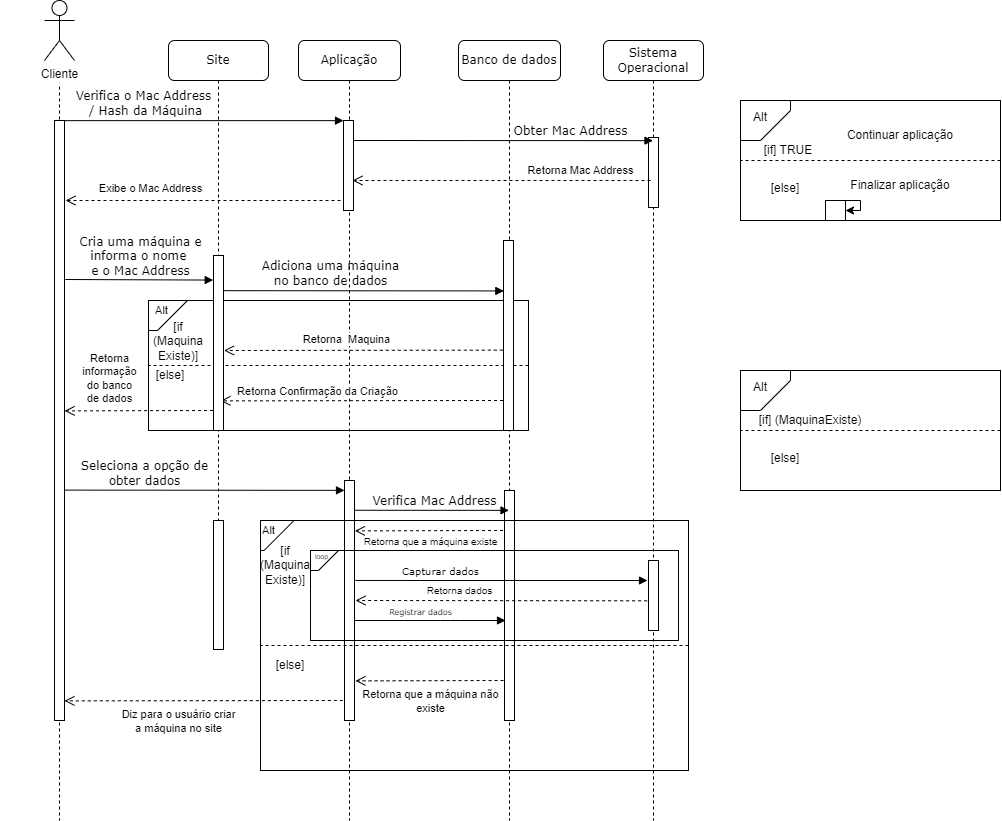
Before: arquivos/diagramaSprintG6.drawio.png, a diagram exported from draw.io (project-pardalis/project-pardalis). Source tidied: cells renumbered, new cells last; positions are measured from the earlier drawing's top-left corner, leaving out a move shared by most shapes.
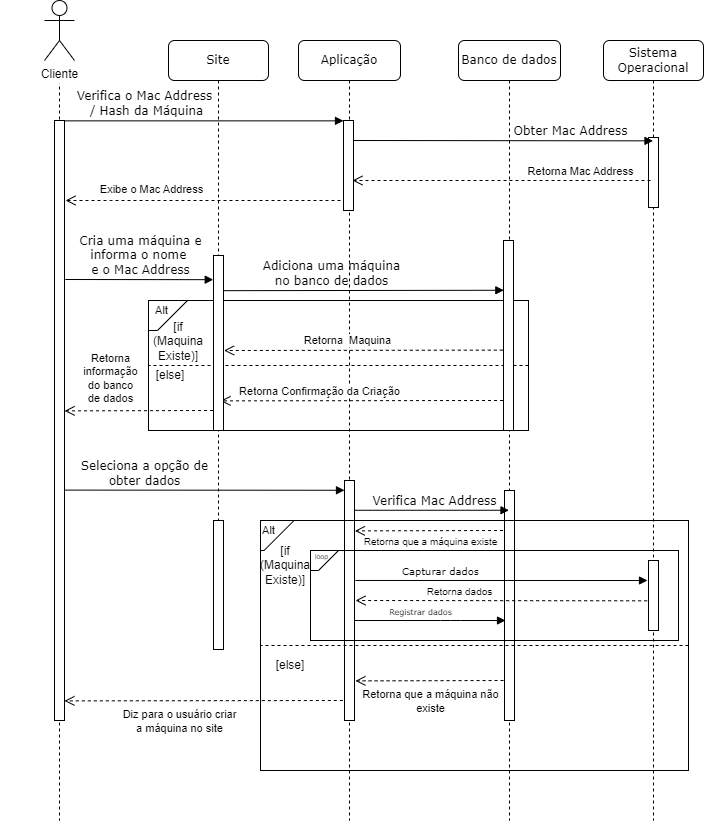
The same file after the commit.

Commit message:
Diagrama de sequencia finalizado

What changed in the source:
```diff
@@ -165,41 +165,6 @@
         <mxPoint x="28" y="-9" as="offset" />
       </mxGeometry>
     </mxCell>
-    <mxCell id="38" style="rounded=0;whiteSpace=wrap;html=1;fillColor=none;" parent="1" vertex="1">
-      <mxGeometry x="749" y="100" width="260" height="120" as="geometry" />
-    </mxCell>
-    <mxCell id="39" style="shape=card;whiteSpace=wrap;html=1;fillColor=none;direction=north;flipH=1;" parent="1" vertex="1">
-      <mxGeometry x="749" y="100" width="50" height="40" as="geometry" />
-    </mxCell>
-    <mxCell id="40" value="Alt" style="text;html=1;strokeColor=none;fillColor=none;align=center;verticalAlign=middle;whiteSpace=wrap;rounded=0;" parent="1" vertex="1">
-      <mxGeometry x="739" y="107" width="60" height="19" as="geometry" />
-    </mxCell>
-    <mxCell id="41" value="[if] TRUE" style="text;html=1;strokeColor=none;fillColor=none;align=center;verticalAlign=middle;whiteSpace=wrap;rounded=0;" parent="1" vertex="1">
-      <mxGeometry x="767" y="135" width="60" height="30" as="geometry" />
-    </mxCell>
-    <mxCell id="42" value="[else]" style="text;html=1;strokeColor=none;fillColor=none;align=center;verticalAlign=middle;whiteSpace=wrap;rounded=0;" parent="1" vertex="1">
-      <mxGeometry x="764" y="173" width="60" height="30" as="geometry" />
-    </mxCell>
-    <mxCell id="43" style="endArrow=none;html=1;rounded=0;dashed=1;entryX=0;entryY=0.5;entryDx=0;entryDy=0;exitX=1;exitY=0.5;exitDx=0;exitDy=0;" parent="1" edge="1" source="38" target="38">
-      <mxGeometry relative="1" as="geometry" />
-    </mxCell>
-    <mxCell id="44" value="Continuar aplicação" style="text;html=1;strokeColor=none;fillColor=none;align=center;verticalAlign=middle;whiteSpace=wrap;rounded=0;" parent="1" vertex="1">
-      <mxGeometry x="849" y="120" width="120" height="30" as="geometry" />
-    </mxCell>
-    <mxCell id="45" value="Finalizar aplicação" style="text;html=1;strokeColor=none;fillColor=none;align=center;verticalAlign=middle;whiteSpace=wrap;rounded=0;" parent="1" vertex="1">
-      <mxGeometry x="849" y="170" width="120" height="30" as="geometry" />
-    </mxCell>
-    <mxCell id="46" style="whiteSpace=wrap;html=1;fillColor=none;" parent="1" vertex="1">
-      <mxGeometry x="834" y="200" width="20" height="20" as="geometry" />
-    </mxCell>
-    <mxCell id="47" style="endArrow=classic;html=1;rounded=0;exitX=0;exitY=0;exitDx=0;exitDy=0;entryX=1;entryY=0.5;entryDx=0;entryDy=0;" parent="1" edge="1" source="46" target="46">
-      <mxGeometry relative="1" as="geometry">
-        <Array as="points">
-          <mxPoint x="869" y="200" />
-          <mxPoint x="869" y="210" />
-        </Array>
-      </mxGeometry>
-    </mxCell>
     <mxCell id="48" value="Site" style="shape=umlLifeline;perimeter=lifelinePerimeter;whiteSpace=wrap;html=1;rounded=1;shadow=0;comic=0;labelBackgroundColor=none;strokeWidth=1;fontFamily=Verdana;fontSize=12;align=center;" parent="1" vertex="1">
       <mxGeometry x="177" y="40" width="100" height="580" as="geometry" />
     </mxCell>
@@ -209,24 +174,6 @@
     <mxCell id="50" style="html=1;perimeter=orthogonalPerimeter;rounded=0;shadow=0;comic=0;labelBackgroundColor=none;strokeWidth=1;fontFamily=Verdana;fontSize=12;align=center;" parent="48" vertex="1">
       <mxGeometry x="45" y="480" width="10" height="129" as="geometry" />
     </mxCell>
-    <mxCell id="51" style="rounded=0;whiteSpace=wrap;html=1;fillColor=none;" parent="1" vertex="1">
-      <mxGeometry x="749" y="370" width="260" height="120" as="geometry" />
-    </mxCell>
-    <mxCell id="52" style="shape=card;whiteSpace=wrap;html=1;fillColor=none;direction=north;flipH=1;" parent="1" vertex="1">
-      <mxGeometry x="749" y="370" width="50" height="40" as="geometry" />
-    </mxCell>
-    <mxCell id="53" value="Alt" style="text;html=1;strokeColor=none;fillColor=none;align=center;verticalAlign=middle;whiteSpace=wrap;rounded=0;" parent="1" vertex="1">
-      <mxGeometry x="739" y="377" width="60" height="19" as="geometry" />
-    </mxCell>
-    <mxCell id="54" value="[if] (MaquinaExiste)" style="text;html=1;strokeColor=none;fillColor=none;align=center;verticalAlign=middle;whiteSpace=wrap;rounded=0;" parent="1" vertex="1">
-      <mxGeometry x="764" y="405" width="110" height="30" as="geometry" />
-    </mxCell>
-    <mxCell id="55" value="[else]" style="text;html=1;strokeColor=none;fillColor=none;align=center;verticalAlign=middle;whiteSpace=wrap;rounded=0;" parent="1" vertex="1">
-      <mxGeometry x="764" y="443" width="60" height="30" as="geometry" />
-    </mxCell>
-    <mxCell id="56" style="endArrow=none;html=1;rounded=0;dashed=1;entryX=0;entryY=0.5;entryDx=0;entryDy=0;exitX=1;exitY=0.5;exitDx=0;exitDy=0;" parent="1" edge="1" source="51" target="51">
-      <mxGeometry relative="1" as="geometry" />
-    </mxCell>
     <mxCell id="57" style="html=1;verticalAlign=bottom;endArrow=open;dashed=1;endSize=8;labelBackgroundColor=none;fontFamily=Verdana;fontSize=12;edgeStyle=elbowEdgeStyle;elbow=vertical;exitX=-0.069;exitY=0.577;exitDx=0;exitDy=0;exitPerimeter=0;entryX=1.052;entryY=0.541;entryDx=0;entryDy=0;entryPerimeter=0;" parent="1" edge="1" source="13" target="49">
       <mxGeometry x="-0.02" y="-10" relative="1" as="geometry">
         <Array as="points">
```
